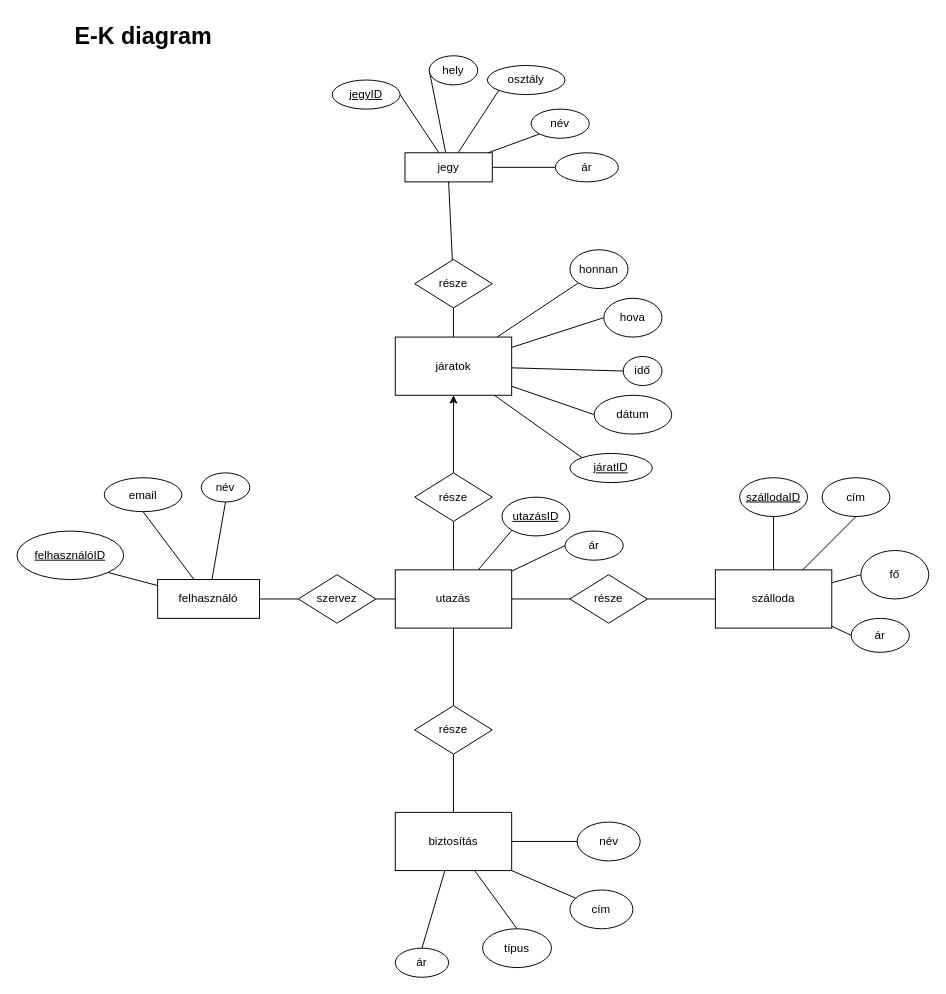
This is page "E-K diagram" (5 of 7) of docs/utazasi_iroda.drawio from Skrivoo/utazasi-iroda-project, a draw.io file, before an edit. Source tidied: cells renumbered, new cells numbered last; positions are measured from the earlier drawing's top-left corner, leaving out a move shared by most shapes. Both pictures are drawn from the tidied source at 97%, with x=0, y=0 at pixel (16, 16).
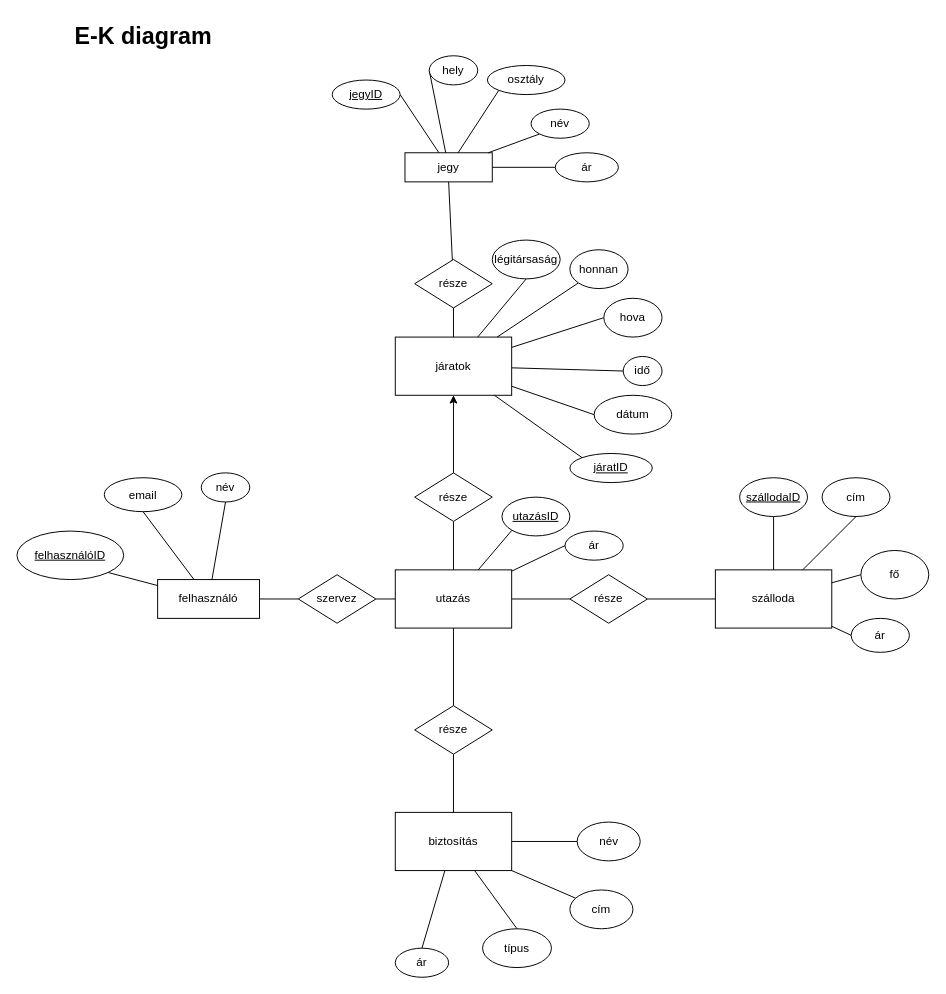
Above is the later version.

Commit message:
Képernyőtervek 1. rész + E-K javítás

Unchanged cells that the change refers to:
```xml
<mxCell id="10" value="járatok" style="rounded=0;whiteSpace=wrap;html=1;" parent="1" vertex="1">
  <mxGeometry x="390" y="330" width="120" height="60" as="geometry" />
</mxCell>
```

Diff of the diagram source:
```diff
@@
+    <mxCell id="70" style="edgeStyle=none;rounded=0;jettySize=auto;html=1;exitX=0.5;exitY=1;exitDx=0;exitDy=0;startArrow=none;startFill=0;endArrow=none;endFill=0;" parent="1" edge="1" source="71" target="10">
+      <mxGeometry relative="1" as="geometry" />
+    </mxCell>
+    <mxCell id="71" value="légitársaság" style="ellipse;whiteSpace=wrap;html=1;" parent="1" vertex="1">
+      <mxGeometry x="490" y="230" width="70" height="40" as="geometry" />
+    </mxCell>
```
